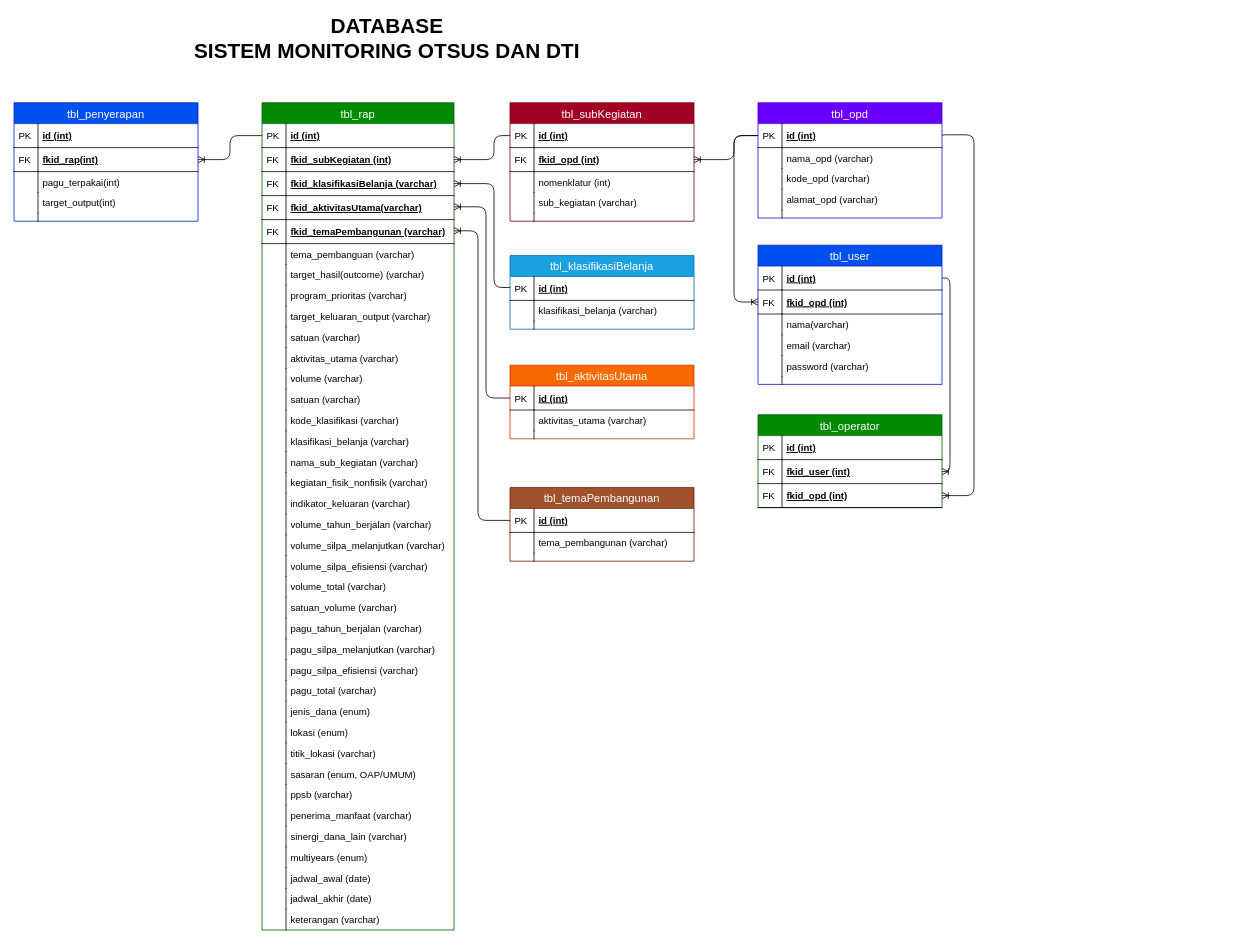
Before: Database Simdoti PPS.drawio in Andikariski/SIMDOTIPPS, a draw.io diagram. Source tidied: cells renumbered, new cells numbered last; positions are measured from the earlier drawing's top-left corner, leaving out a move shared by most shapes. Both pictures are drawn from the tidied source at 80%, with x=0, y=0 at pixel (14, 30).
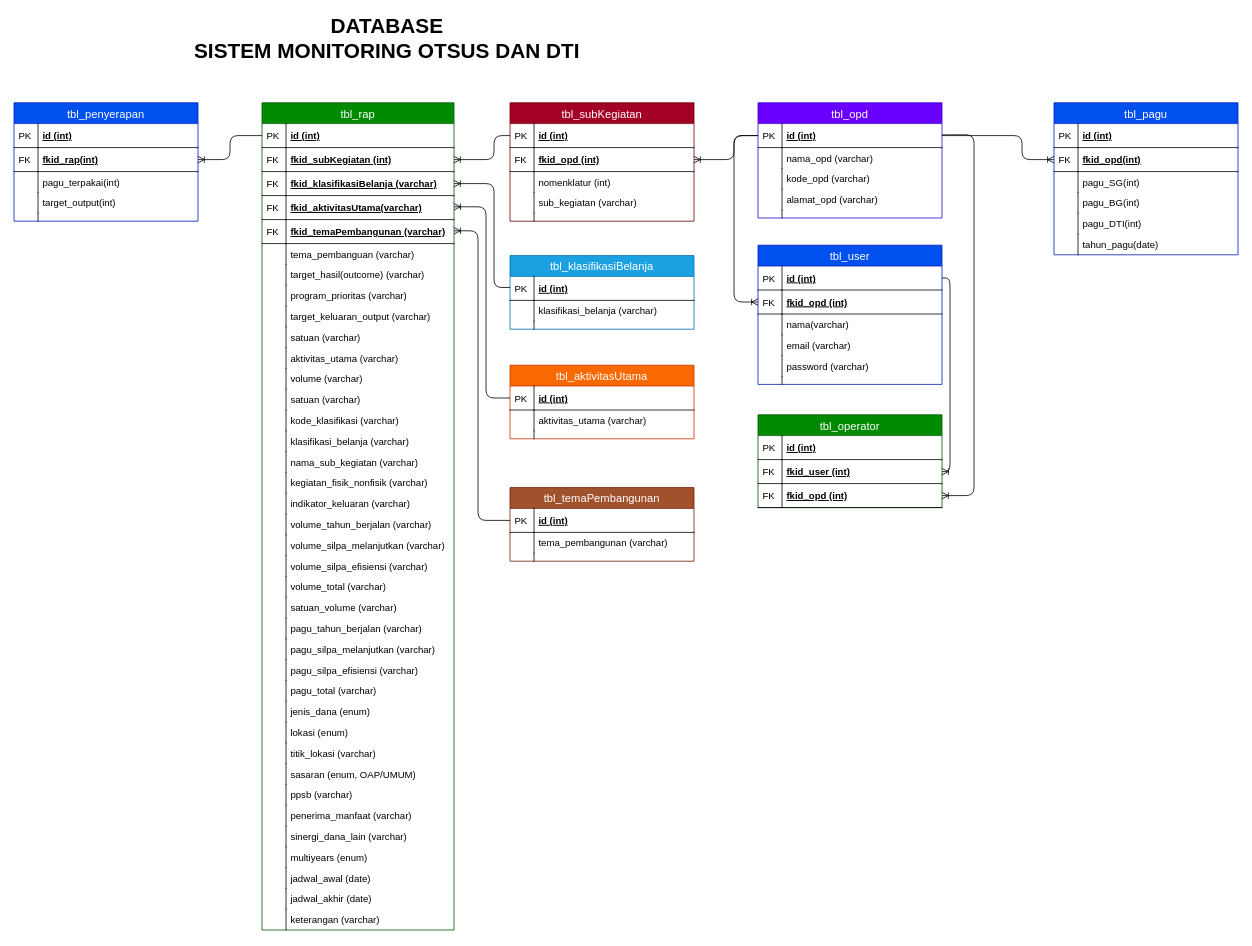
The same diagram, later.

Unchanged cells that the change refers to:
```xml
<mxCell id="3" value="id (int)" style="shape=partialRectangle;top=0;left=0;right=0;bottom=1;align=left;verticalAlign=middle;fillColor=none;spacingLeft=34;spacingRight=4;overflow=hidden;points=[[0,0.5],[1,0.5]];portConstraint=eastwest;fontStyle=5;fontSize=12;" parent="2" vertex="1">
  <mxGeometry y="26" width="230" height="30" as="geometry" />
</mxCell>
<mxCell id="135" value="fkid_opd (int)" style="shape=partialRectangle;top=0;left=0;right=0;bottom=1;align=left;verticalAlign=middle;fillColor=none;spacingLeft=34;spacingRight=4;overflow=hidden;points=[[0,0.5],[1,0.5]];portConstraint=eastwest;fontStyle=5;fontSize=12;" parent="130" vertex="1">
  <mxGeometry y="86" width="230" height="30" as="geometry" />
</mxCell>
```

Change to the diagram source:
```diff
@@
     <mxCell id="137" style="edgeStyle=orthogonalEdgeStyle;fontSize=12;html=1;endArrow=ERoneToMany;exitX=1;exitY=0.5;exitDx=0;exitDy=0;entryX=1;entryY=0.5;entryDx=0;entryDy=0;" parent="1" edge="1" source="3" target="135">
       <mxGeometry relative="1" as="geometry">
         <Array as="points">
-          <mxPoint x="1160" y="130" />
           <mxPoint x="1200" y="130" />
           <mxPoint x="1200" y="581" />
         </Array>
       </mxGeometry>
     </mxCell>
@@
+    <mxCell id="163" value="tbl_pagu" style="swimlane;fontStyle=0;horizontal=1;startSize=26;fillColor=#0050ef;swimlaneFillColor=#ffffff;align=center;fontSize=14;strokeColor=#001DBC;fontColor=#ffffff;" parent="1" vertex="1">
+      <mxGeometry x="1300" y="90" width="230" height="190" as="geometry" />
+    </mxCell>
+    <mxCell id="164" value="id (int)" style="shape=partialRectangle;top=0;left=0;right=0;bottom=1;align=left;verticalAlign=middle;fillColor=none;spacingLeft=34;spacingRight=4;overflow=hidden;fontStyle=5;fontSize=12;" parent="163" vertex="1">
+      <mxGeometry y="26" width="230" height="30" as="geometry" />
+    </mxCell>
+    <mxCell id="165" value="PK" style="shape=partialRectangle;top=0;left=0;bottom=0;fillColor=none;align=left;verticalAlign=middle;spacingLeft=4;spacingRight=4;overflow=hidden;fontSize=12;" parent="164" vertex="1">
+      <mxGeometry width="30" height="30" as="geometry" />
+    </mxCell>
+    <mxCell id="166" value="fkid_opd(int)" style="shape=partialRectangle;top=0;left=0;right=0;bottom=1;align=left;verticalAlign=middle;fillColor=none;spacingLeft=34;spacingRight=4;overflow=hidden;points=[[0,0.5],[1,0.5]];portConstraint=eastwest;fontStyle=5;fontSize=12;" parent="163" vertex="1">
+      <mxGeometry y="56" width="230" height="30" as="geometry" />
+    </mxCell>
+    <mxCell id="167" value="FK" style="shape=partialRectangle;top=0;left=0;bottom=0;fillColor=none;align=left;verticalAlign=middle;spacingLeft=4;spacingRight=4;overflow=hidden;fontSize=12;" parent="166" vertex="1">
+      <mxGeometry width="30" height="30" as="geometry" />
+    </mxCell>
+    <mxCell id="168" value="pagu_SG(int)" style="shape=partialRectangle;top=0;left=0;right=0;bottom=0;align=left;verticalAlign=top;fillColor=none;spacingLeft=34;spacingRight=4;overflow=hidden;fontSize=12;" parent="163" vertex="1">
+      <mxGeometry y="86" width="230" height="26" as="geometry" />
+    </mxCell>
+    <mxCell id="169" style="shape=partialRectangle;top=0;left=0;bottom=0;fillColor=none;align=left;verticalAlign=top;spacingLeft=4;spacingRight=4;overflow=hidden;fontSize=12;" parent="168" vertex="1">
+      <mxGeometry width="30" height="26" as="geometry" />
+    </mxCell>
+    <mxCell id="170" value="pagu_BG(int)" style="shape=partialRectangle;top=0;left=0;right=0;bottom=0;align=left;verticalAlign=top;fillColor=none;spacingLeft=34;spacingRight=4;overflow=hidden;fontSize=12;" parent="163" vertex="1">
+      <mxGeometry y="112" width="230" height="26" as="geometry" />
+    </mxCell>
+    <mxCell id="171" style="shape=partialRectangle;top=0;left=0;bottom=0;fillColor=none;align=left;verticalAlign=top;spacingLeft=4;spacingRight=4;overflow=hidden;fontSize=12;" parent="170" vertex="1">
+      <mxGeometry width="30" height="26" as="geometry" />
+    </mxCell>
+    <mxCell id="172" value="pagu_DTI(int)" style="shape=partialRectangle;top=0;left=0;right=0;bottom=0;align=left;verticalAlign=top;fillColor=none;spacingLeft=34;spacingRight=4;overflow=hidden;fontSize=12;" parent="163" vertex="1">
+      <mxGeometry y="138" width="230" height="26" as="geometry" />
+    </mxCell>
+    <mxCell id="173" style="shape=partialRectangle;top=0;left=0;bottom=0;fillColor=none;align=left;verticalAlign=top;spacingLeft=4;spacingRight=4;overflow=hidden;fontSize=12;" parent="172" vertex="1">
+      <mxGeometry width="30" height="26" as="geometry" />
+    </mxCell>
+    <mxCell id="174" value="tahun_pagu(date)" style="shape=partialRectangle;top=0;left=0;right=0;bottom=0;align=left;verticalAlign=top;fillColor=none;spacingLeft=34;spacingRight=4;overflow=hidden;fontSize=12;" parent="163" vertex="1">
+      <mxGeometry y="164" width="230" height="26" as="geometry" />
+    </mxCell>
+    <mxCell id="175" style="shape=partialRectangle;top=0;left=0;bottom=0;fillColor=none;align=left;verticalAlign=top;spacingLeft=4;spacingRight=4;overflow=hidden;fontSize=12;" parent="174" vertex="1">
+      <mxGeometry width="30" height="26" as="geometry" />
+    </mxCell>
+    <mxCell id="176" style="edgeStyle=orthogonalEdgeStyle;fontSize=12;html=1;endArrow=ERoneToMany;exitX=1;exitY=0.5;exitDx=0;exitDy=0;entryX=0;entryY=0.5;entryDx=0;entryDy=0;" parent="1" edge="1" source="3" target="166">
+      <mxGeometry relative="1" as="geometry">
+        <Array as="points">
+          <mxPoint x="1260" y="131" />
+          <mxPoint x="1260" y="161" />
+        </Array>
+      </mxGeometry>
+    </mxCell>
```
